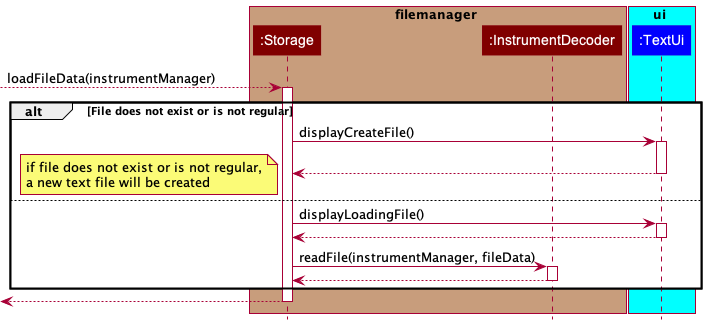
williamlamjy/mTracker keeps this PlantUML diagram as docs/images/FileManagerSeqBetweenStorageAndDecoder.png. Above is the earlier version. Source of this version:
```plantuml
@startuml
!include Styles.puml

box filemanager COLOR_STORAGE_SEGMENT
participant ":Storage" as Storage COLOR_STORAGE
participant ":InstrumentDecoder" as InstrumentDecoder COLOR_STORAGE
end box

box ui COLOR_LIGHT_BLUE
participant ":TextUi" as TextUi COLOR_UI
end box

[-->Storage: loadFileData(instrumentManager)
activate Storage

alt File does not exist or is not regular
    Storage->TextUi: displayCreateFile()
    activate TextUi
    TextUi--> Storage
    deactivate TextUi

    note bottom
    if file does not exist or is not regular,
    a new text file will be created
    end note
else
    Storage->TextUi: displayLoadingFile()
    activate TextUi
    TextUi--> Storage
    deactivate TextUi

    Storage-> InstrumentDecoder: readFile(instrumentManager, fileData)
    activate InstrumentDecoder
    InstrumentDecoder--> Storage
    deactivate InstrumentDecoder
    end

[<--Storage
deactivate Storage
@enduml
```
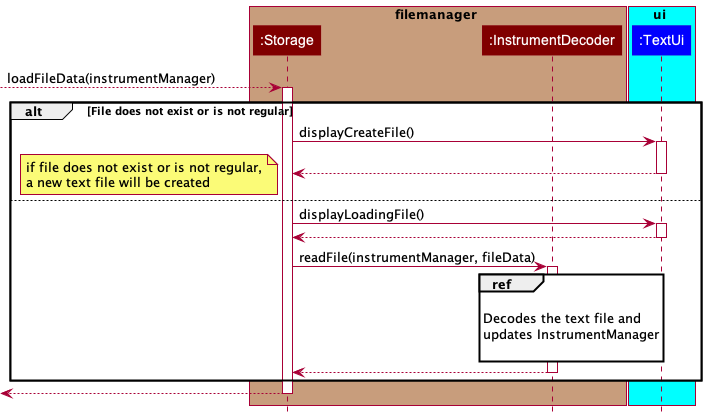
The same file after the commit.

Diff of the diagram source:
```diff
@@ -31,6 +31,14 @@
 
     Storage-> InstrumentDecoder: readFile(instrumentManager, fileData)
     activate InstrumentDecoder
+
+    ref over InstrumentDecoder
+
+    Decodes the text file and
+    updates InstrumentManager
+
+    end ref
+
     InstrumentDecoder--> Storage
     deactivate InstrumentDecoder
     end
```
